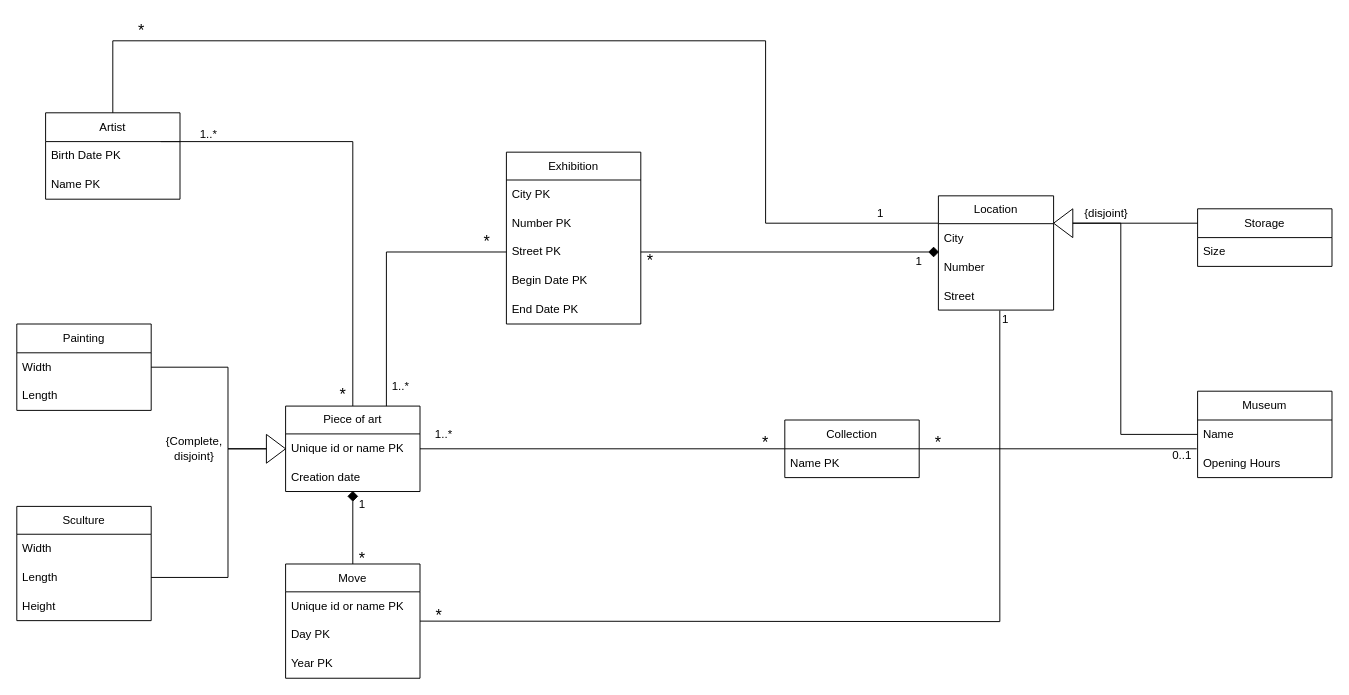
This is q1/UML.drawio from Arthur-Gallez/db-p1, a draw.io file, before an edit. Source tidied: cells renumbered, new cells numbered last; positions are measured from the earlier drawing's top-left corner, leaving out a move shared by most shapes. Both pictures are drawn from the tidied source at 96%, with x=0, y=0 at pixel (16, 16).
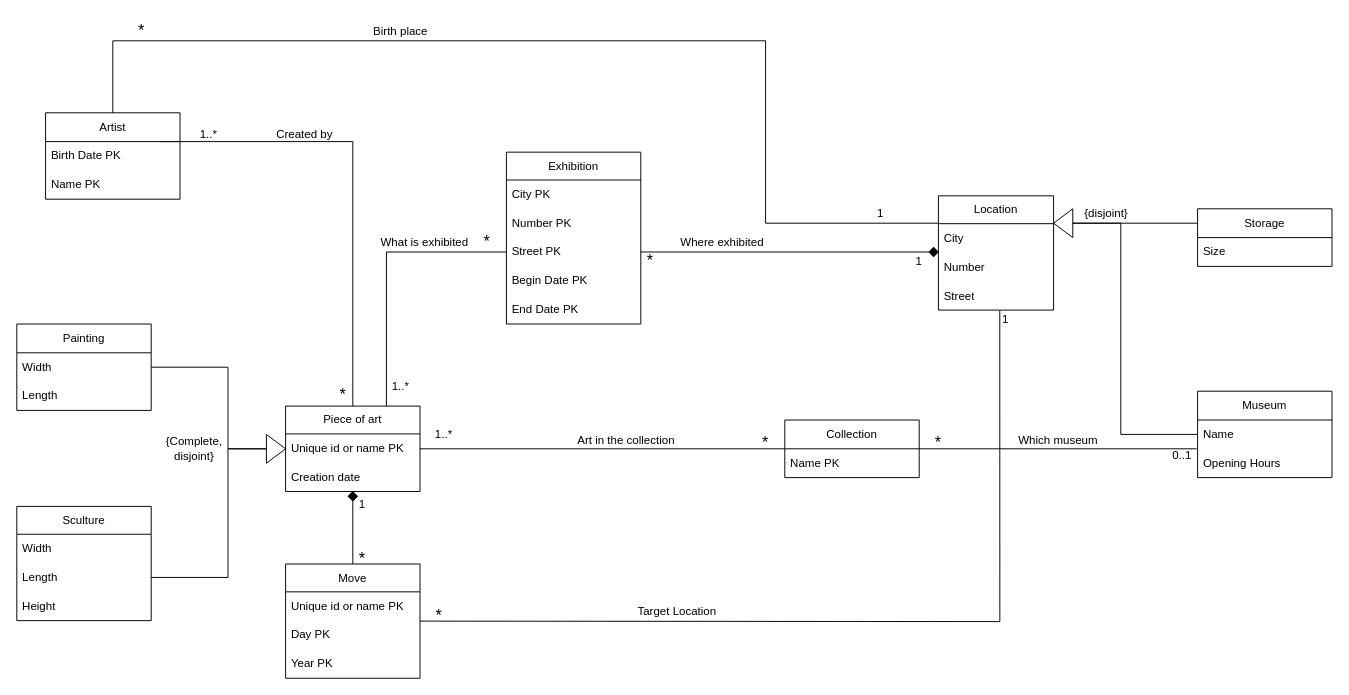
The same page after the edit.

The edit, as a diff of the source:
```diff
@@
+    <mxCell id="70" value="Birth place" style="text;html=1;align=center;verticalAlign=middle;whiteSpace=wrap;rounded=0;" parent="1" vertex="1">
+      <mxGeometry x="370" width="60" height="30" as="geometry" />
+    </mxCell>
+    <mxCell id="71" value="Created by" style="text;html=1;align=center;verticalAlign=middle;whiteSpace=wrap;rounded=0;" parent="1" vertex="1">
+      <mxGeometry x="260" y="108" width="80" height="30" as="geometry" />
+    </mxCell>
+    <mxCell id="72" value="Art in the collection" style="text;html=1;align=center;verticalAlign=middle;whiteSpace=wrap;rounded=0;" parent="1" vertex="1">
+      <mxGeometry x="580" y="426" width="110" height="30" as="geometry" />
+    </mxCell>
+    <mxCell id="73" value="Which museum" style="text;html=1;align=center;verticalAlign=middle;whiteSpace=wrap;rounded=0;" parent="1" vertex="1">
+      <mxGeometry x="1040" y="426" width="90" height="30" as="geometry" />
+    </mxCell>
+    <mxCell id="74" value="Target Location" style="text;html=1;align=center;verticalAlign=middle;whiteSpace=wrap;rounded=0;" parent="1" vertex="1">
+      <mxGeometry x="633" y="605" width="110" height="30" as="geometry" />
+    </mxCell>
+    <mxCell id="75" value="What is exhibited" style="text;html=1;align=center;verticalAlign=middle;whiteSpace=wrap;rounded=0;" parent="1" vertex="1">
+      <mxGeometry x="370" y="220" width="110" height="30" as="geometry" />
+    </mxCell>
+    <mxCell id="76" value="Where exhibited" style="text;html=1;align=center;verticalAlign=middle;whiteSpace=wrap;rounded=0;" parent="1" vertex="1">
+      <mxGeometry x="680" y="220" width="110" height="30" as="geometry" />
+    </mxCell>
```
